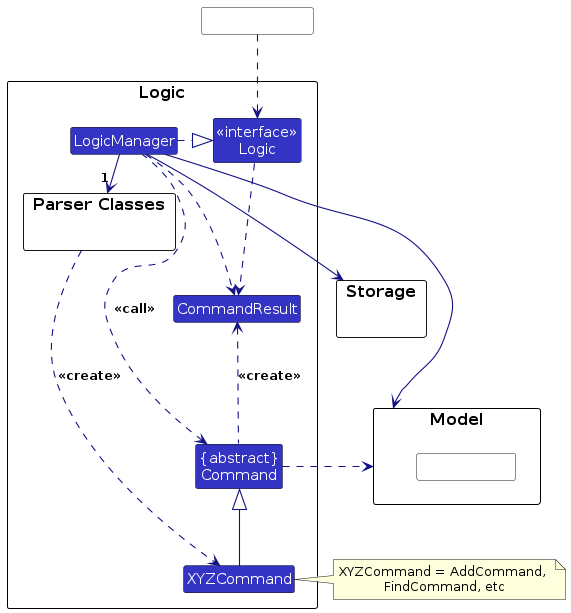
This is diagrams/LogicClassDiagram.png from quangthangisme/tp, a PlantUML export, as it was before one commit. Its source is kept beside it as diagrams/LogicClassDiagram.puml. Source of this version:
```plantuml
@startuml
!include style.puml
skinparam arrowThickness 1.1
skinparam arrowColor LOGIC_COLOR_T4
skinparam classBackgroundColor LOGIC_COLOR

package Logic as LogicPackage {

package "Parser Classes" as ParserClasses{
}
Class XYZCommand
Class CommandResult
Class "{abstract}\nCommand" as Command


Class "<<interface>>\nLogic" as Logic
Class LogicManager
}

package Model {
Class HiddenModel #FFFFFF
}

package Storage {
}

Class HiddenOutside #FFFFFF
HiddenOutside ..> Logic

LogicManager .right.|> Logic
LogicManager -right->"1" ParserClasses
ParserClasses ..> XYZCommand : <<create>>

XYZCommand -up-|> Command
LogicManager .left.> Command : <<call>>

LogicManager --> Model
LogicManager --> Storage
Storage --[hidden] Model
Command .[hidden]up.> Storage
Command .right.> Model
note right of XYZCommand: XYZCommand = AddCommand, \nFindCommand, etc

Logic ..> CommandResult
LogicManager .down.> CommandResult
Command .up.> CommandResult : <<create>>
@enduml
```
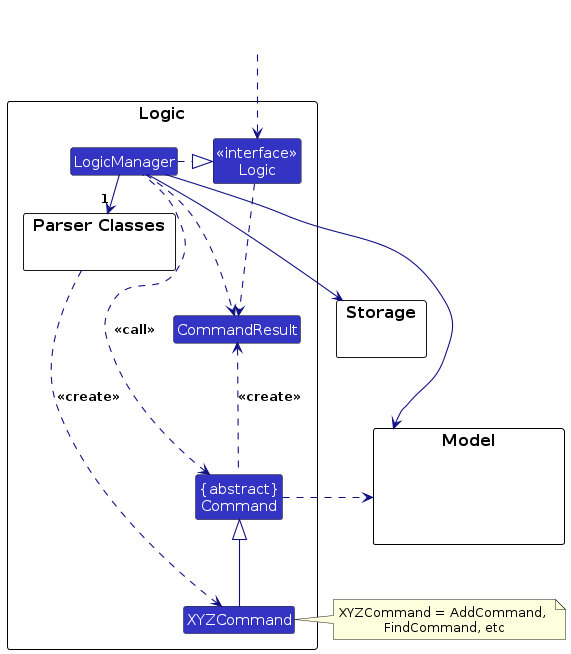
The same diagram one commit later.

The edit, as a diff of the source:
```diff
@@ -1,5 +1,6 @@
 @startuml
 !include style.puml
+allowmixing
 skinparam arrowThickness 1.1
 skinparam arrowColor LOGIC_COLOR_T4
 skinparam classBackgroundColor LOGIC_COLOR
@@ -18,13 +19,13 @@
 }
 
 package Model {
-Class HiddenModel #FFFFFF
+Cloud HiddenModel #FFFFFF
 }
 
 package Storage {
 }
 
-Class HiddenOutside #FFFFFF
+Cloud HiddenOutside #FFFFFF
 HiddenOutside ..> Logic
 
 LogicManager .right.|> Logic
```
